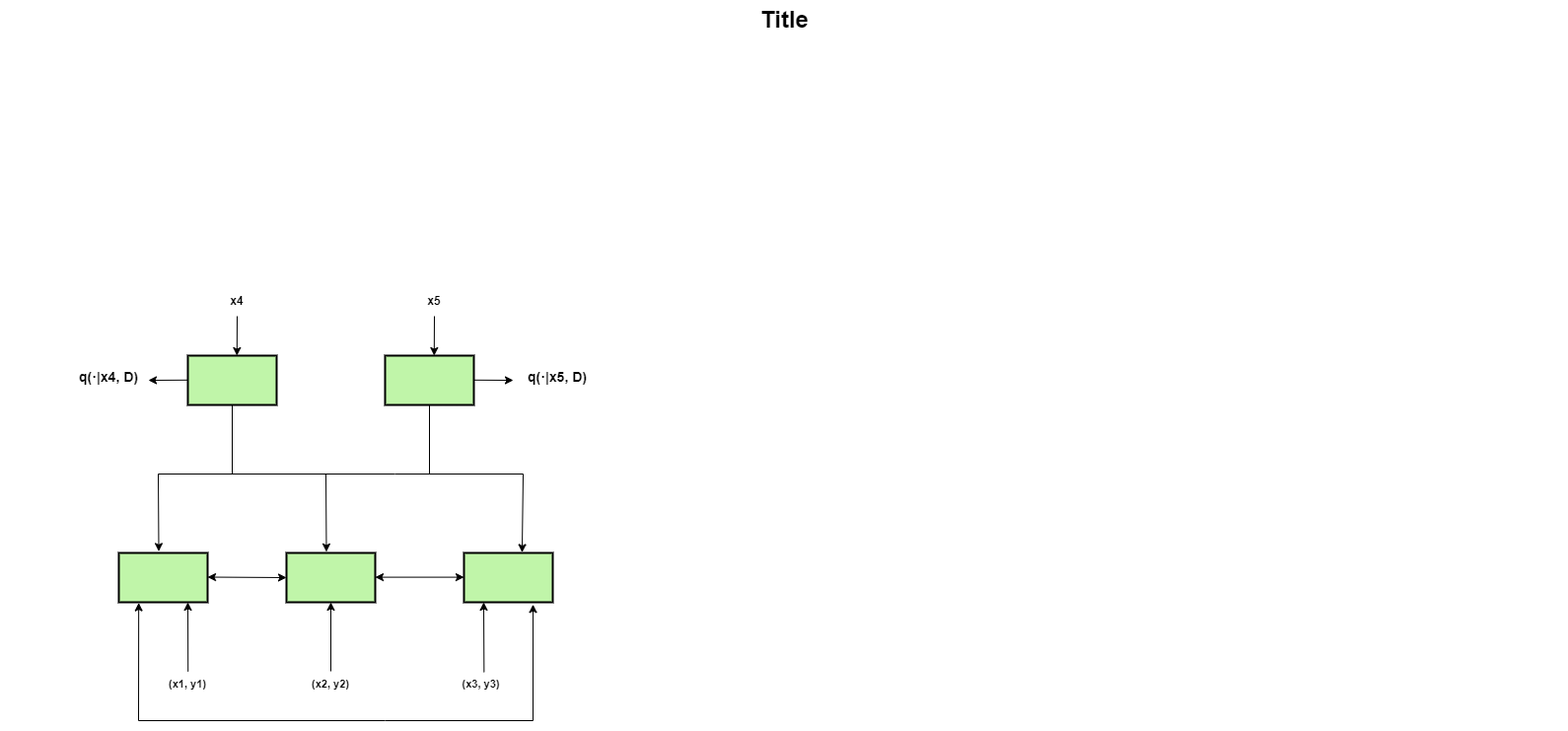
Before: Untitled Diagram.drawio.png, a diagram exported from draw.io (vanshgupta-2024/computer-graphics). Source tidied: cells renumbered, new cells last; positions are measured from the earlier drawing's top-left corner, leaving out a move shared by most shapes.
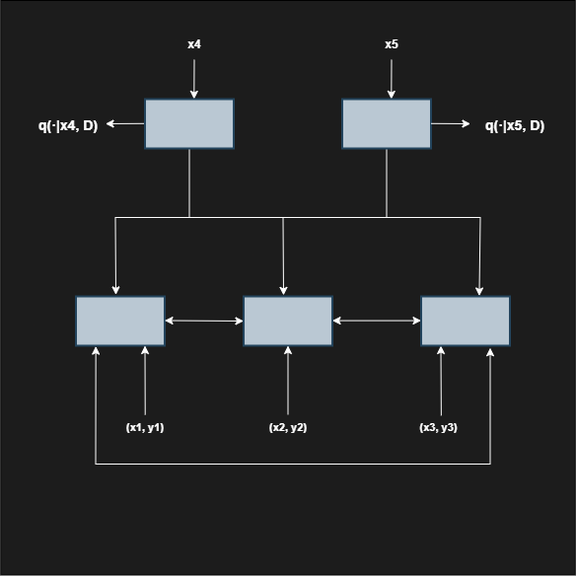
Later version of the same file.

The edit, as a diff of the source:
```diff
@@ -2,24 +2,24 @@
   <root>
     <mxCell id="0" style="html=1;" />
     <mxCell id="1" style="html=1;" parent="0" />
+    <mxCell id="29" style="whiteSpace=wrap;html=1;labelBackgroundColor=#000000;fillColor=#1C1C1C;" parent="1" vertex="1">
+      <mxGeometry x="43.8" y="260" width="582.5" height="582.5" as="geometry" />
+    </mxCell>
-    <mxCell id="2" value="Message Endpoint" style="strokeWidth=2;dashed=0;align=center;shape=rect;verticalLabelPosition=bottom;verticalAlign=top;fillColor=#c0f5a9;fontFamily=Times New Roman;fontColor=none;noLabel=1;" parent="1" vertex="1">
+    <mxCell id="2" value="Message Endpoint" style="strokeWidth=2;dashed=0;align=center;shape=rect;verticalLabelPosition=bottom;verticalAlign=top;fillColor=#bac8d3;fontFamily=Times New Roman;strokeColor=#23445d;labelBackgroundColor=none;noLabel=1;" parent="1" vertex="1">
       <mxGeometry x="120" y="560" width="90" height="50" as="geometry" />
     </mxCell>
-    <mxCell id="3" value="Title" style="text;strokeColor=none;fillColor=none;html=1;fontSize=24;fontStyle=1;verticalAlign=middle;align=center;" parent="1" vertex="1">
-      <mxGeometry width="1590" height="40" as="geometry" />
-    </mxCell>
-    <mxCell id="4" style="endArrow=classic;startArrow=classic;html=1;rounded=0;entryX=0;entryY=0.5;entryDx=0;entryDy=0;" parent="1" edge="1" target="8">
+    <mxCell id="4" style="endArrow=classic;startArrow=classic;html=1;rounded=0;entryX=0;entryY=0.5;entryDx=0;entryDy=0;strokeColor=#FFFFFF;fontColor=#FFFFFF;labelBackgroundColor=none;" parent="1" edge="1" target="8">
       <mxGeometry relative="1" as="geometry">
         <mxPoint x="210" y="584.5" as="sourcePoint" />
       </mxGeometry>
     </mxCell>
-    <mxCell id="5" style="endArrow=classic;startArrow=classic;html=1;rounded=0;entryX=0;entryY=0.5;entryDx=0;entryDy=0;" parent="1" edge="1">
+    <mxCell id="5" style="endArrow=classic;startArrow=classic;html=1;rounded=0;entryX=0;entryY=0.5;entryDx=0;entryDy=0;strokeColor=#FFFFFF;fontColor=#FFFFFF;labelBackgroundColor=none;" parent="1" edge="1">
       <mxGeometry relative="1" as="geometry">
         <mxPoint x="380" y="584.6" as="sourcePoint" />
         <mxPoint x="470" y="584.6" as="targetPoint" />
       </mxGeometry>
     </mxCell>
-    <mxCell id="6" style="endArrow=classic;startArrow=classic;html=1;rounded=0;exitX=0.224;exitY=1.012;exitDx=0;exitDy=0;exitPerimeter=0;entryX=0.778;entryY=1.045;entryDx=0;entryDy=0;entryPerimeter=0;" parent="1" edge="1" source="2" target="20">
+    <mxCell id="6" style="endArrow=classic;startArrow=classic;html=1;rounded=0;exitX=0.224;exitY=1.012;exitDx=0;exitDy=0;exitPerimeter=0;entryX=0.778;entryY=1.045;entryDx=0;entryDy=0;entryPerimeter=0;strokeColor=#FFFFFF;fontColor=#FFFFFF;labelBackgroundColor=none;" parent="1" edge="1" source="2" target="20">
       <mxGeometry relative="1" as="geometry">
         <Array as="points">
           <mxPoint x="140" y="730" />
@@ -28,35 +28,35 @@
         </Array>
       </mxGeometry>
     </mxCell>
-    <mxCell id="7" value="(x1, y1)" style="text;whiteSpace=wrap;html=1;align=center;fontStyle=1;fontSize=11;" parent="1" vertex="1">
+    <mxCell id="7" value="(x1, y1)" style="text;whiteSpace=wrap;html=1;align=center;fontStyle=1;fontSize=11;strokeColor=none;fontColor=#FFFFFF;labelBackgroundColor=none;" parent="1" vertex="1">
       <mxGeometry x="145" y="680" width="90" height="40" as="geometry" />
     </mxCell>
-    <mxCell id="8" value="Message Endpoint" style="strokeWidth=2;dashed=0;align=center;shape=rect;verticalLabelPosition=bottom;verticalAlign=top;fillColor=#c0f5a9;fontFamily=Times New Roman;fontColor=none;noLabel=1;" parent="1" vertex="1">
+    <mxCell id="8" value="Message Endpoint" style="strokeWidth=2;dashed=0;align=center;shape=rect;verticalLabelPosition=bottom;verticalAlign=top;fillColor=#bac8d3;fontFamily=Times New Roman;strokeColor=#23445d;labelBackgroundColor=none;noLabel=1;" parent="1" vertex="1">
       <mxGeometry x="290" y="560" width="90" height="50" as="geometry" />
     </mxCell>
-    <mxCell id="9" value="(x3, y3)" style="text;whiteSpace=wrap;html=1;align=center;fontStyle=1;fontSize=11;" parent="1" vertex="1">
+    <mxCell id="9" value="(x3, y3)" style="text;whiteSpace=wrap;html=1;align=center;fontStyle=1;fontSize=11;strokeColor=none;fontColor=#FFFFFF;labelBackgroundColor=none;" parent="1" vertex="1">
       <mxGeometry x="460" y="680" width="55" height="20" as="geometry" />
     </mxCell>
-    <mxCell id="10" value="(x2, y2)" style="text;whiteSpace=wrap;html=1;align=center;fontStyle=1;fontSize=11;" parent="1" vertex="1">
+    <mxCell id="10" value="(x2, y2)" style="text;whiteSpace=wrap;html=1;align=center;fontStyle=1;fontSize=11;strokeColor=none;fontColor=#FFFFFF;labelBackgroundColor=none;" parent="1" vertex="1">
       <mxGeometry x="305" y="680" width="60" height="27.5" as="geometry" />
     </mxCell>
-    <mxCell id="11" style="endArrow=classic;html=1;rounded=0;entryX=0.442;entryY=0.996;entryDx=0;entryDy=0;entryPerimeter=0;" parent="1" edge="1">
+    <mxCell id="11" style="endArrow=classic;html=1;rounded=0;entryX=0.442;entryY=0.996;entryDx=0;entryDy=0;entryPerimeter=0;strokeColor=#FFFFFF;fontColor=#FFFFFF;labelBackgroundColor=none;" parent="1" edge="1">
       <mxGeometry relative="1" as="geometry">
         <mxPoint x="190.2" y="680.2" as="sourcePoint" />
         <mxPoint x="190" y="610" as="targetPoint" />
       </mxGeometry>
     </mxCell>
-    <mxCell id="12" style="endArrow=classic;html=1;rounded=0;entryX=0.5;entryY=1;entryDx=0;entryDy=0;" parent="1" edge="1" target="8">
+    <mxCell id="12" style="endArrow=classic;html=1;rounded=0;entryX=0.5;entryY=1;entryDx=0;entryDy=0;strokeColor=#FFFFFF;fontColor=#FFFFFF;labelBackgroundColor=none;" parent="1" edge="1" target="8">
       <mxGeometry relative="1" as="geometry">
         <mxPoint x="335" y="680" as="sourcePoint" />
       </mxGeometry>
     </mxCell>
-    <mxCell id="13" style="endArrow=classic;html=1;rounded=0;entryX=0.5;entryY=1;entryDx=0;entryDy=0;exitX=0.552;exitY=0.045;exitDx=0;exitDy=0;exitPerimeter=0;" parent="1" edge="1" source="9">
+    <mxCell id="13" style="endArrow=classic;html=1;rounded=0;entryX=0.5;entryY=1;entryDx=0;entryDy=0;exitX=0.552;exitY=0.045;exitDx=0;exitDy=0;exitPerimeter=0;strokeColor=#FFFFFF;fontColor=#FFFFFF;labelBackgroundColor=none;" parent="1" edge="1" source="9">
       <mxGeometry relative="1" as="geometry">
         <mxPoint x="490" y="610" as="targetPoint" />
       </mxGeometry>
     </mxCell>
-    <mxCell id="14" style="endArrow=classic;startArrow=classic;html=1;rounded=0;entryX=0.655;entryY=-0.01;entryDx=0;entryDy=0;entryPerimeter=0;exitX=0.45;exitY=-0.032;exitDx=0;exitDy=0;exitPerimeter=0;" parent="1" edge="1" source="2" target="20">
+    <mxCell id="14" style="endArrow=classic;startArrow=classic;html=1;rounded=0;entryX=0.655;entryY=-0.01;entryDx=0;entryDy=0;entryPerimeter=0;exitX=0.45;exitY=-0.032;exitDx=0;exitDy=0;exitPerimeter=0;strokeColor=#FFFFFF;fontColor=#FFFFFF;labelBackgroundColor=none;" parent="1" edge="1" source="2" target="20">
       <mxGeometry relative="1" as="geometry">
         <Array as="points">
           <mxPoint x="160" y="480" />
@@ -65,63 +65,63 @@
         </Array>
       </mxGeometry>
     </mxCell>
-    <mxCell id="15" style="endArrow=classic;html=1;rounded=0;entryX=0.45;entryY=-0.022;entryDx=0;entryDy=0;entryPerimeter=0;" parent="1" edge="1" target="8">
+    <mxCell id="15" style="endArrow=classic;html=1;rounded=0;entryX=0.45;entryY=-0.022;entryDx=0;entryDy=0;entryPerimeter=0;strokeColor=#FFFFFF;fontColor=#FFFFFF;labelBackgroundColor=none;" parent="1" edge="1" target="8">
       <mxGeometry relative="1" as="geometry">
         <mxPoint x="330" y="480" as="sourcePoint" />
       </mxGeometry>
     </mxCell>
-    <mxCell id="16" value="&#10;q(·|x4, D)&#10;&#10;" style="text;whiteSpace=wrap;html=1;align=center;fontStyle=1;fontSize=14;" parent="1" vertex="1">
-      <mxGeometry x="60" y="350" width="100" height="60" as="geometry" />
+    <mxCell id="16" value="&#10;q(·|x4, D)&#10;&#10;" style="text;whiteSpace=wrap;html=1;align=center;fontStyle=1;fontSize=14;strokeColor=none;fontColor=#FFFFFF;labelBackgroundColor=none;" parent="1" vertex="1">
+      <mxGeometry x="62.5" y="355" width="100" height="60" as="geometry" />
     </mxCell>
-    <mxCell id="17" value="&#10;q(·|x5, D)&#10;&#10;" style="text;whiteSpace=wrap;html=1;align=center;fontStyle=1;fontSize=14;" parent="1" vertex="1">
-      <mxGeometry x="515" y="350" width="100" height="60" as="geometry" />
+    <mxCell id="17" value="&#10;q(·|x5, D)&#10;&#10;" style="text;whiteSpace=wrap;html=1;align=center;fontStyle=1;fontSize=14;strokeColor=none;fontColor=#FFFFFF;labelBackgroundColor=none;glass=0;rounded=0;" parent="1" vertex="1">
+      <mxGeometry x="515" y="355" width="100" height="60" as="geometry" />
     </mxCell>
-    <mxCell id="18" style="endArrow=none;html=1;rounded=0;" parent="1" edge="1">
+    <mxCell id="18" style="endArrow=none;html=1;rounded=0;strokeColor=#FFFFFF;fontColor=#FFFFFF;labelBackgroundColor=none;" parent="1" edge="1">
       <mxGeometry relative="1" as="geometry">
         <mxPoint x="235" y="480" as="sourcePoint" />
         <mxPoint x="235" y="410" as="targetPoint" />
       </mxGeometry>
     </mxCell>
-    <mxCell id="19" style="endArrow=none;html=1;rounded=0;" parent="1" edge="1">
+    <mxCell id="19" style="endArrow=none;html=1;rounded=0;strokeColor=#FFFFFF;fontColor=#FFFFFF;labelBackgroundColor=none;" parent="1" edge="1">
       <mxGeometry relative="1" as="geometry">
         <mxPoint x="435" y="480" as="sourcePoint" />
         <mxPoint x="435" y="410" as="targetPoint" />
       </mxGeometry>
     </mxCell>
-    <mxCell id="20" value="Message Endpoint" style="strokeWidth=2;dashed=0;align=center;shape=rect;verticalLabelPosition=bottom;verticalAlign=top;fillColor=#c0f5a9;fontFamily=Times New Roman;fontColor=none;noLabel=1;" parent="1" vertex="1">
+    <mxCell id="20" value="Message Endpoint" style="strokeWidth=2;dashed=0;align=center;shape=rect;verticalLabelPosition=bottom;verticalAlign=top;fillColor=#bac8d3;fontFamily=Times New Roman;strokeColor=#23445d;labelBackgroundColor=none;noLabel=1;" parent="1" vertex="1">
       <mxGeometry x="470" y="560" width="90" height="50" as="geometry" />
     </mxCell>
-    <mxCell id="21" style="endArrow=classic;html=1;rounded=0;entryX=0.41;entryY=-0.041;entryDx=0;entryDy=0;entryPerimeter=0;" parent="1" edge="1">
+    <mxCell id="21" style="endArrow=classic;html=1;rounded=0;entryX=0.41;entryY=-0.041;entryDx=0;entryDy=0;entryPerimeter=0;strokeColor=#FFFFFF;fontColor=#FFFFFF;labelBackgroundColor=none;" parent="1" edge="1">
       <mxGeometry relative="1" as="geometry">
         <mxPoint x="240" y="320" as="sourcePoint" />
         <mxPoint x="239.8" y="360" as="targetPoint" />
       </mxGeometry>
     </mxCell>
-    <mxCell id="22" style="endArrow=classic;html=1;rounded=0;entryX=0.41;entryY=-0.041;entryDx=0;entryDy=0;entryPerimeter=0;" parent="1" edge="1">
+    <mxCell id="22" style="endArrow=classic;html=1;rounded=0;entryX=0.41;entryY=-0.041;entryDx=0;entryDy=0;entryPerimeter=0;strokeColor=#FFFFFF;fontColor=#FFFFFF;labelBackgroundColor=none;" parent="1" edge="1">
       <mxGeometry relative="1" as="geometry">
         <mxPoint x="440" y="320" as="sourcePoint" />
         <mxPoint x="439.8" y="360" as="targetPoint" />
       </mxGeometry>
     </mxCell>
-    <mxCell id="23" style="endArrow=classic;html=1;rounded=0;" parent="1" edge="1">
+    <mxCell id="23" style="endArrow=classic;html=1;rounded=0;strokeColor=#FFFFFF;fontColor=#FFFFFF;labelBackgroundColor=none;" parent="1" edge="1">
       <mxGeometry relative="1" as="geometry">
         <mxPoint x="190" y="384.8" as="sourcePoint" />
         <mxPoint x="150" y="385" as="targetPoint" />
       </mxGeometry>
     </mxCell>
-    <mxCell id="24" value="x4" style="text;html=1;align=center;verticalAlign=middle;whiteSpace=wrap;rounded=0;fontSize=12;fontStyle=1;" parent="1" vertex="1">
+    <mxCell id="24" value="x4" style="text;html=1;align=center;verticalAlign=middle;whiteSpace=wrap;rounded=0;fontSize=12;fontStyle=1;strokeColor=none;fontColor=#FFFFFF;labelBackgroundColor=none;" parent="1" vertex="1">
       <mxGeometry x="210" y="290" width="60" height="30" as="geometry" />
     </mxCell>
-    <mxCell id="25" value="x5" style="text;html=1;align=center;verticalAlign=middle;whiteSpace=wrap;rounded=0;fontSize=12;fontStyle=1;" parent="1" vertex="1">
+    <mxCell id="25" value="x5" style="text;html=1;align=center;verticalAlign=middle;whiteSpace=wrap;rounded=0;fontSize=12;fontStyle=1;strokeColor=none;fontColor=#FFFFFF;labelBackgroundColor=none;" parent="1" vertex="1">
       <mxGeometry x="410" y="290" width="60" height="30" as="geometry" />
     </mxCell>
-    <mxCell id="26" value="Message Endpoint" style="strokeWidth=2;dashed=0;align=center;shape=rect;verticalLabelPosition=bottom;verticalAlign=top;fillColor=#c0f5a9;fontFamily=Times New Roman;fontColor=none;noLabel=1;" parent="1" vertex="1">
+    <mxCell id="26" value="Message Endpoint" style="strokeWidth=2;dashed=0;align=center;shape=rect;verticalLabelPosition=bottom;verticalAlign=top;fillColor=#bac8d3;fontFamily=Times New Roman;strokeColor=#23445d;labelBackgroundColor=none;noLabel=1;" parent="1" vertex="1">
       <mxGeometry x="190" y="360" width="90" height="50" as="geometry" />
     </mxCell>
-    <mxCell id="27" value="Message Endpoint" style="strokeWidth=2;dashed=0;align=center;shape=rect;verticalLabelPosition=bottom;verticalAlign=top;fillColor=#c0f5a9;fontFamily=Times New Roman;fontColor=none;noLabel=1;" parent="1" vertex="1">
+    <mxCell id="27" value="Message Endpoint" style="strokeWidth=2;dashed=0;align=center;shape=rect;verticalLabelPosition=bottom;verticalAlign=top;fillColor=#bac8d3;fontFamily=Times New Roman;strokeColor=#23445d;labelBackgroundColor=none;noLabel=1;" parent="1" vertex="1">
       <mxGeometry x="390" y="360" width="90" height="50" as="geometry" />
     </mxCell>
-    <mxCell id="28" style="endArrow=classic;html=1;rounded=0;" parent="1" edge="1">
+    <mxCell id="28" style="endArrow=classic;html=1;rounded=0;strokeColor=#FFFFFF;fontColor=#FFFFFF;labelBackgroundColor=none;" parent="1" edge="1">
       <mxGeometry relative="1" as="geometry">
         <mxPoint x="480" y="384.8" as="sourcePoint" />
         <mxPoint x="520" y="385" as="targetPoint" />
```
